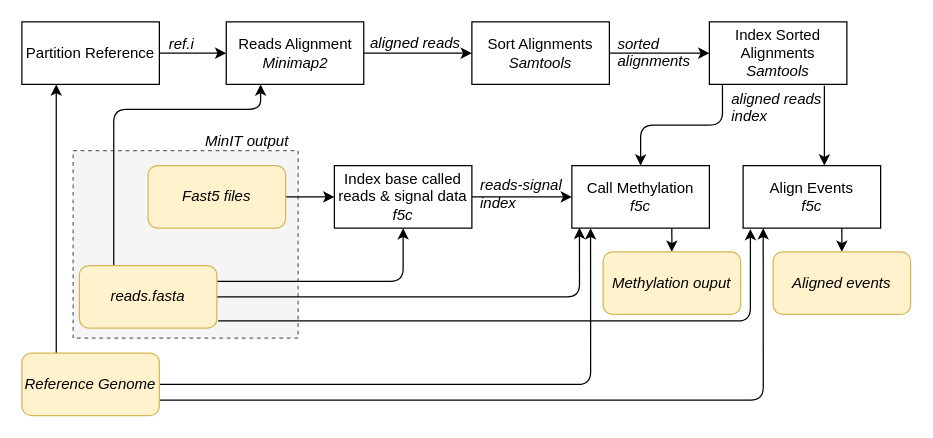
This is page "Pipeline_graph" (7 of 8) of server_mobile_connection.drawio from hiruna72/f5n, a draw.io file, before an edit. Source tidied: cells renumbered, new cells numbered last; positions are measured from the earlier drawing's top-left corner, leaving out a move shared by most shapes. Both pictures are drawn from the tidied source at 125%, with x=0, y=0 at pixel (21, 21).
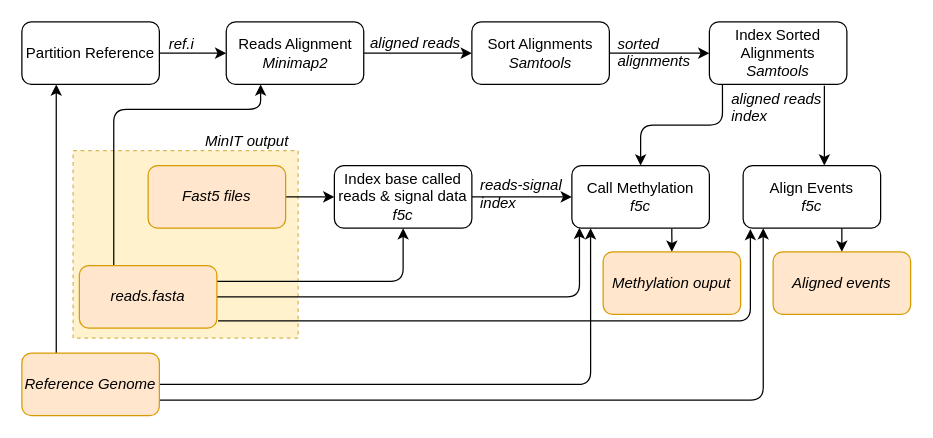
After the change.

The edit, as a diff of the source:
```diff
@@
-    <mxCell id="2" style="rounded=0;whiteSpace=wrap;html=1;dashed=1;fillColor=#f5f5f5;strokeColor=#666666;fontColor=#333333;" parent="1" vertex="1">
+    <mxCell id="2" style="rounded=0;whiteSpace=wrap;html=1;dashed=1;fillColor=#fff2cc;strokeColor=#d6b656;" parent="1" vertex="1">
       <mxGeometry x="41" y="103" width="180" height="150" as="geometry" />
     </mxCell>
@@
-    <mxCell id="4" value="Partition Reference" style="rounded=0;whiteSpace=wrap;html=1;" parent="1" vertex="1">
+    <mxCell id="4" value="Partition Reference" style="rounded=1;whiteSpace=wrap;html=1;" parent="1" vertex="1">
       <mxGeometry width="110" height="50" as="geometry" />
     </mxCell>
@@
-    <mxCell id="8" value="&lt;i&gt;Reference Genome&lt;/i&gt;" style="rounded=1;whiteSpace=wrap;html=1;fillColor=#fff2cc;strokeColor=#d6b656;" parent="1" vertex="1">
+    <mxCell id="8" value="&lt;i&gt;Reference Genome&lt;/i&gt;" style="rounded=1;whiteSpace=wrap;html=1;fillColor=#ffe6cc;strokeColor=#d79b00;" parent="1" vertex="1">
       <mxGeometry y="265" width="110" height="50" as="geometry" />
     </mxCell>
@@
-    <mxCell id="10" value="&lt;i&gt;Fast5 files&lt;/i&gt;" style="rounded=1;whiteSpace=wrap;html=1;fillColor=#fff2cc;strokeColor=#d6b656;" parent="1" vertex="1">
+    <mxCell id="10" value="&lt;i&gt;Fast5 files&lt;/i&gt;" style="rounded=1;whiteSpace=wrap;html=1;fillColor=#ffe6cc;strokeColor=#d79b00;" parent="1" vertex="1">
       <mxGeometry x="101" y="115" width="110" height="50" as="geometry" />
     </mxCell>
@@
-    <mxCell id="15" value="&lt;i&gt;reads.fasta&lt;/i&gt;" style="rounded=1;whiteSpace=wrap;html=1;fillColor=#fff2cc;strokeColor=#d6b656;" parent="1" vertex="1">
+    <mxCell id="15" value="&lt;i&gt;reads.fasta&lt;/i&gt;" style="rounded=1;whiteSpace=wrap;html=1;fillColor=#ffe6cc;strokeColor=#d79b00;" parent="1" vertex="1">
       <mxGeometry x="46" y="195" width="110" height="50" as="geometry" />
     </mxCell>
@@
-    <mxCell id="17" value="&lt;div align=&quot;center&quot;&gt;Reads Alignment&lt;/div&gt;&lt;div align=&quot;center&quot;&gt;&lt;i&gt;Minimap2&lt;/i&gt;&lt;br&gt;&lt;/div&gt;" style="rounded=0;whiteSpace=wrap;html=1;align=center;" parent="1" vertex="1">
+    <mxCell id="17" value="&lt;div align=&quot;center&quot;&gt;Reads Alignment&lt;/div&gt;&lt;div align=&quot;center&quot;&gt;&lt;i&gt;Minimap2&lt;/i&gt;&lt;br&gt;&lt;/div&gt;" style="rounded=1;whiteSpace=wrap;html=1;align=center;" parent="1" vertex="1">
       <mxGeometry x="163.5" width="110" height="50" as="geometry" />
     </mxCell>
@@
-    <mxCell id="20" value="Sort Alignments&lt;br&gt;&lt;div&gt;&lt;i&gt;Samtools&lt;/i&gt;&lt;br&gt;&lt;/div&gt;" style="rounded=0;whiteSpace=wrap;html=1;" parent="1" vertex="1">
+    <mxCell id="20" value="Sort Alignments&lt;br&gt;&lt;div&gt;&lt;i&gt;Samtools&lt;/i&gt;&lt;br&gt;&lt;/div&gt;" style="rounded=1;whiteSpace=wrap;html=1;" parent="1" vertex="1">
       <mxGeometry x="360" width="110" height="50" as="geometry" />
     </mxCell>
@@
-    <mxCell id="24" value="Index Sorted Alignments&lt;br&gt;&lt;div&gt;&lt;i&gt;Samtools&lt;/i&gt;&lt;br&gt;&lt;/div&gt;" style="rounded=0;whiteSpace=wrap;html=1;" parent="1" vertex="1">
+    <mxCell id="24" value="Index Sorted Alignments&lt;br&gt;&lt;div&gt;&lt;i&gt;Samtools&lt;/i&gt;&lt;br&gt;&lt;/div&gt;" style="rounded=1;whiteSpace=wrap;html=1;" parent="1" vertex="1">
       <mxGeometry x="550" width="110" height="50" as="geometry" />
     </mxCell>
@@
-    <mxCell id="27" value="&lt;div&gt;Index base called reads &amp;amp; signal data&lt;/div&gt;&lt;div&gt;&lt;i&gt;f5c&lt;/i&gt;&lt;br&gt;&lt;/div&gt;" style="rounded=0;whiteSpace=wrap;html=1;" parent="1" vertex="1">
+    <mxCell id="27" value="&lt;div&gt;Index base called reads &amp;amp; signal data&lt;/div&gt;&lt;div&gt;&lt;i&gt;f5c&lt;/i&gt;&lt;br&gt;&lt;/div&gt;" style="rounded=1;whiteSpace=wrap;html=1;" parent="1" vertex="1">
       <mxGeometry x="250" y="115" width="110" height="50" as="geometry" />
     </mxCell>
@@
-    <mxCell id="29" value="&lt;div&gt;Call Methylation &lt;br&gt;&lt;/div&gt;&lt;div&gt;&lt;i&gt;f5c&lt;/i&gt;&lt;/div&gt;" style="rounded=0;whiteSpace=wrap;html=1;" parent="1" vertex="1">
+    <mxCell id="29" value="&lt;div&gt;Call Methylation &lt;br&gt;&lt;/div&gt;&lt;div&gt;&lt;i&gt;f5c&lt;/i&gt;&lt;/div&gt;" style="rounded=1;whiteSpace=wrap;html=1;" parent="1" vertex="1">
       <mxGeometry x="440" y="115" width="110" height="50" as="geometry" />
     </mxCell>
@@
-    <mxCell id="33" value="&lt;div&gt;Align Events&lt;/div&gt;&lt;div&gt;&lt;i&gt;f5c&lt;/i&gt;&lt;/div&gt;" style="rounded=0;whiteSpace=wrap;html=1;" parent="1" vertex="1">
+    <mxCell id="33" value="&lt;div&gt;Align Events&lt;/div&gt;&lt;div&gt;&lt;i&gt;f5c&lt;/i&gt;&lt;/div&gt;" style="rounded=1;whiteSpace=wrap;html=1;" parent="1" vertex="1">
       <mxGeometry x="577" y="115" width="110" height="50" as="geometry" />
     </mxCell>
@@
-    <mxCell id="35" value="&lt;i&gt;Methylation ouput&lt;/i&gt;" style="rounded=1;whiteSpace=wrap;html=1;fillColor=#fff2cc;strokeColor=#d6b656;" parent="1" vertex="1">
+    <mxCell id="35" value="&lt;i&gt;Methylation ouput&lt;/i&gt;" style="rounded=1;whiteSpace=wrap;html=1;fillColor=#ffe6cc;strokeColor=#d79b00;" parent="1" vertex="1">
       <mxGeometry x="465" y="184" width="110" height="50" as="geometry" />
     </mxCell>
-    <mxCell id="36" value="&lt;i&gt;Aligned events&lt;/i&gt;" style="rounded=1;whiteSpace=wrap;html=1;fillColor=#fff2cc;strokeColor=#d6b656;" parent="1" vertex="1">
+    <mxCell id="36" value="&lt;i&gt;Aligned events&lt;/i&gt;" style="rounded=1;whiteSpace=wrap;html=1;fillColor=#ffe6cc;strokeColor=#d79b00;" parent="1" vertex="1">
       <mxGeometry x="601" y="184" width="110" height="50" as="geometry" />
     </mxCell>
```
